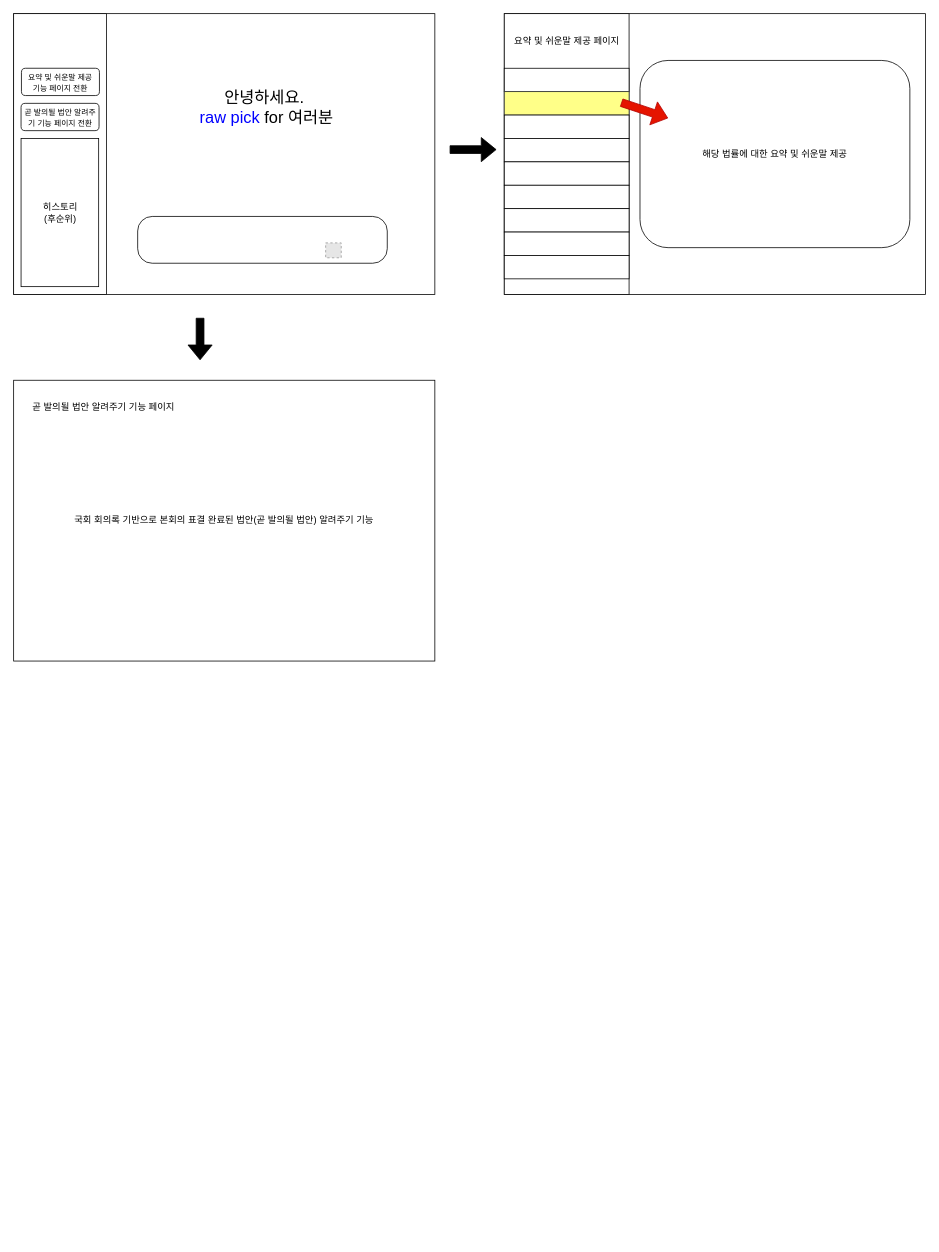
Above: 제목 없는 다이어그램.drawio in PearlLeeCode/draw-io (draw.io), before the change. Source tidied: cells renumbered, new cells numbered last; positions are measured from the earlier drawing's top-left corner, leaving out a move shared by most shapes. Both pictures are drawn from the tidied source at 78%, with x=0, y=0 at pixel (13, 13). Pictures stored in the file or linked from it are replaced by grey dashed boxes.
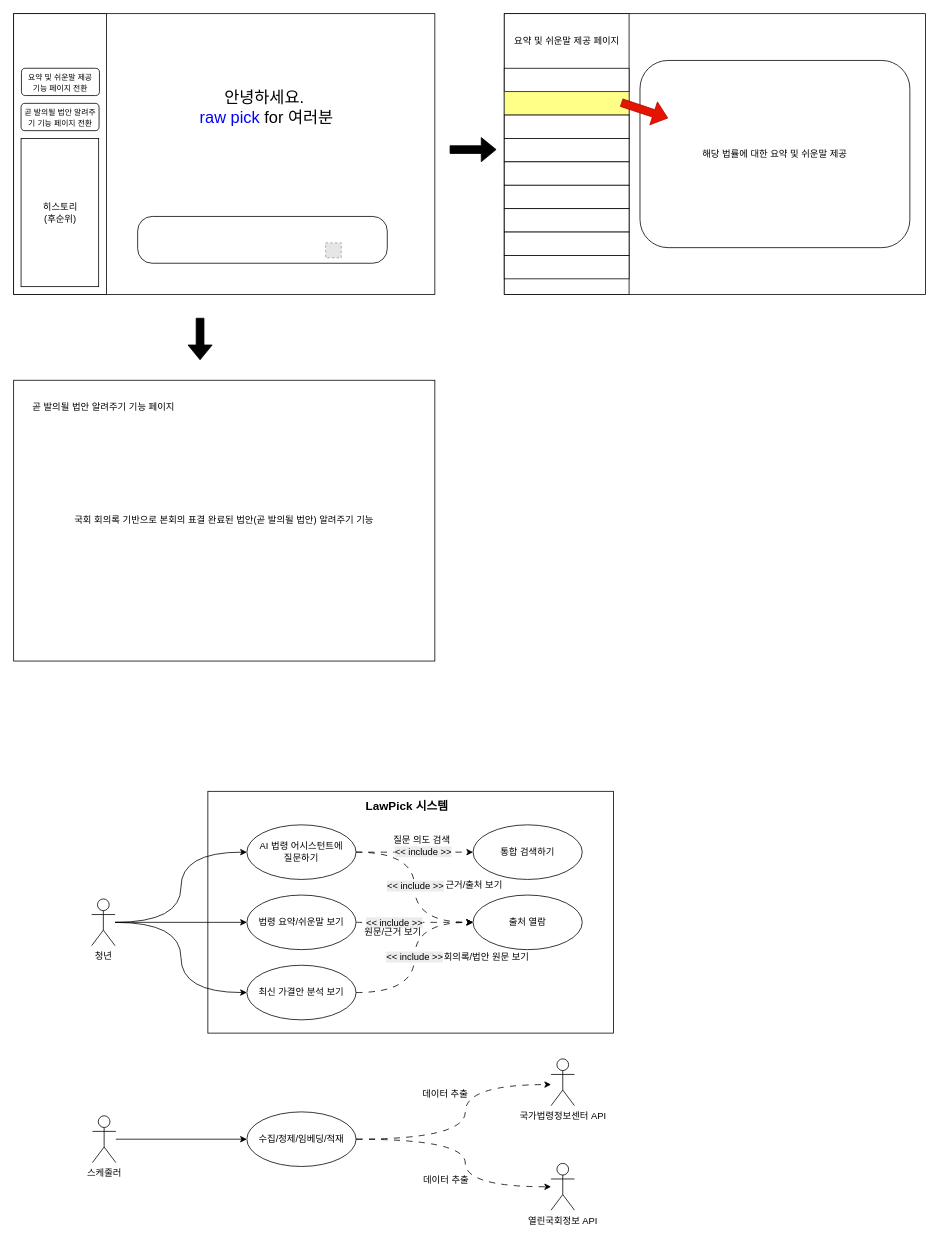
After the change.

Commit message:
제목 없는 다이어그램.drawio 업데이트

Diff of the diagram source:
```diff
@@
+    <mxCell id="28" style="group;" parent="1" vertex="1">
+      <mxGeometry x="39" y="980" width="770" height="590" as="geometry" />
+    </mxCell>
+    <mxCell id="29" style="html=1;whiteSpace=wrap;strokeColor=none;" parent="28" vertex="1">
+      <mxGeometry width="770" height="590" as="geometry" />
+    </mxCell>
+    <mxCell id="30" style="html=1;whiteSpace=wrap;" parent="28" vertex="1">
+      <mxGeometry x="210" y="17" width="520" height="310" as="geometry" />
+    </mxCell>
+    <mxCell id="31" style="edgeStyle=orthogonalEdgeStyle;rounded=0;jettySize=auto;html=1;entryX=0;entryY=0.5;entryDx=0;entryDy=0;curved=1;" parent="28" edge="1" source="34" target="42">
+      <mxGeometry relative="1" as="geometry" />
+    </mxCell>
+    <mxCell id="32" style="edgeStyle=orthogonalEdgeStyle;rounded=0;jettySize=auto;html=1;" parent="28" edge="1" source="34" target="37">
+      <mxGeometry relative="1" as="geometry" />
+    </mxCell>
+    <mxCell id="33" style="edgeStyle=orthogonalEdgeStyle;rounded=0;jettySize=auto;html=1;entryX=0;entryY=0.5;entryDx=0;entryDy=0;curved=1;" parent="28" edge="1" source="34" target="45">
+      <mxGeometry relative="1" as="geometry" />
+    </mxCell>
+    <mxCell id="34" value="청년" style="shape=umlActor;verticalLabelPosition=bottom;verticalAlign=top;html=1;" parent="28" vertex="1">
+      <mxGeometry x="61" y="155" width="30" height="60" as="geometry" />
+    </mxCell>
+    <mxCell id="35" style="edgeStyle=orthogonalEdgeStyle;rounded=0;jettySize=auto;html=1;entryX=0;entryY=0.5;entryDx=0;entryDy=0;curved=1;dashed=1;dashPattern=8 8;" parent="28" edge="1" source="37" target="47">
+      <mxGeometry relative="1" as="geometry" />
+    </mxCell>
+    <mxCell id="36" value="&lt;span style=&quot;font-size: 12px; background-color: rgb(236, 236, 236);&quot;&gt;&amp;lt;&amp;lt; include&lt;/span&gt;&lt;font style=&quot;font-size: 12px; background-color: rgb(236, 236, 236);&quot;&gt;&amp;nbsp;&amp;gt;&amp;gt;&lt;/font&gt;" style="edgeLabel;html=1;align=center;verticalAlign=middle;" parent="35" vertex="1">
+      <mxGeometry x="-0.36" relative="1" as="geometry" />
+    </mxCell>
+    <mxCell id="37" value="법령 요약/쉬운말 보기" style="ellipse;whiteSpace=wrap;html=1;" parent="28" vertex="1">
+      <mxGeometry x="260" y="150" width="140" height="70" as="geometry" />
+    </mxCell>
+    <mxCell id="38" style="edgeStyle=orthogonalEdgeStyle;rounded=0;jettySize=auto;html=1;entryX=0;entryY=0.5;entryDx=0;entryDy=0;curved=1;dashed=1;dashPattern=8 8;" parent="28" edge="1" source="42" target="47">
+      <mxGeometry relative="1" as="geometry" />
+    </mxCell>
+    <mxCell id="39" value="&lt;span style=&quot;font-size: 12px; background-color: rgb(236, 236, 236);&quot;&gt;&amp;lt;&amp;lt; include&lt;/span&gt;&lt;font style=&quot;font-size: 12px; background-color: rgb(236, 236, 236);&quot;&gt;&amp;nbsp;&amp;gt;&amp;gt;&lt;/font&gt;" style="edgeLabel;html=1;align=center;verticalAlign=middle;" parent="38" vertex="1">
+      <mxGeometry x="-0.02" relative="1" as="geometry" />
+    </mxCell>
+    <mxCell id="40" style="edgeStyle=orthogonalEdgeStyle;rounded=0;jettySize=auto;html=1;entryX=0;entryY=0.5;entryDx=0;entryDy=0;curved=1;dashed=1;dashPattern=8 8;" parent="28" edge="1" source="42" target="46">
+      <mxGeometry relative="1" as="geometry" />
+    </mxCell>
+    <mxCell id="41" value="&lt;span style=&quot;font-size: 12px; background-color: rgb(236, 236, 236);&quot;&gt;&amp;lt;&amp;lt; include&lt;/span&gt;&lt;font style=&quot;font-size: 12px; background-color: rgb(236, 236, 236);&quot;&gt;&amp;nbsp;&amp;gt;&amp;gt;&lt;/font&gt;" style="edgeLabel;html=1;align=center;verticalAlign=middle;" parent="40" vertex="1">
+      <mxGeometry x="0.13" y="1" relative="1" as="geometry" />
+    </mxCell>
+    <mxCell id="42" value="AI 법령 어시스턴트에&lt;br&gt;질문하기" style="ellipse;whiteSpace=wrap;html=1;" parent="28" vertex="1">
+      <mxGeometry x="260" y="60" width="140" height="70" as="geometry" />
+    </mxCell>
+    <mxCell id="43" style="edgeStyle=orthogonalEdgeStyle;rounded=0;jettySize=auto;html=1;entryX=0;entryY=0.5;entryDx=0;entryDy=0;curved=1;dashed=1;dashPattern=8 8;" parent="28" edge="1" source="45" target="47">
+      <mxGeometry relative="1" as="geometry" />
+    </mxCell>
+    <mxCell id="44" value="&lt;span style=&quot;font-size: 12px; background-color: rgb(236, 236, 236);&quot;&gt;&amp;lt;&amp;lt; include&lt;/span&gt;&lt;font style=&quot;font-size: 12px; background-color: rgb(236, 236, 236);&quot;&gt;&amp;nbsp;&amp;gt;&amp;gt;&lt;/font&gt;" style="edgeLabel;html=1;align=center;verticalAlign=middle;" parent="43" vertex="1">
+      <mxGeometry x="0.01" y="1" relative="1" as="geometry" />
+    </mxCell>
+    <mxCell id="45" value="최신 가결안 분석 보기" style="ellipse;whiteSpace=wrap;html=1;" parent="28" vertex="1">
+      <mxGeometry x="260" y="240" width="140" height="70" as="geometry" />
+    </mxCell>
+    <mxCell id="46" value="통합 검색하기" style="ellipse;whiteSpace=wrap;html=1;" parent="28" vertex="1">
+      <mxGeometry x="550" y="60" width="140" height="70" as="geometry" />
+    </mxCell>
+    <mxCell id="47" value="출처 열람" style="ellipse;whiteSpace=wrap;html=1;" parent="28" vertex="1">
+      <mxGeometry x="550" y="150" width="140" height="70" as="geometry" />
+    </mxCell>
+    <mxCell id="48" value="&lt;b&gt;&lt;font style=&quot;font-size: 15px;&quot;&gt;LawPick 시스템&lt;/font&gt;&lt;/b&gt;" style="text;html=1;align=center;verticalAlign=middle;strokeColor=none;fillColor=none;" parent="28" vertex="1">
+      <mxGeometry x="400" y="20" width="130" height="30" as="geometry" />
+    </mxCell>
+    <mxCell id="49" value="질문 의도 검색" style="text;html=1;align=center;verticalAlign=middle;strokeColor=none;fillColor=none;" parent="28" vertex="1">
+      <mxGeometry x="434" y="65" width="100" height="30" as="geometry" />
+    </mxCell>
+    <mxCell id="50" value="근거/출처 보기" style="text;html=1;align=center;verticalAlign=middle;strokeColor=none;fillColor=none;" parent="28" vertex="1">
+      <mxGeometry x="501" y="123" width="100" height="30" as="geometry" />
+    </mxCell>
+    <mxCell id="51" value="원문/근거 보기" style="text;html=1;align=center;verticalAlign=middle;strokeColor=none;fillColor=none;" parent="28" vertex="1">
+      <mxGeometry x="397" y="183" width="100" height="30" as="geometry" />
+    </mxCell>
+    <mxCell id="52" value="회의록/법안 원문 보기" style="text;html=1;align=center;verticalAlign=middle;strokeColor=none;fillColor=none;" parent="28" vertex="1">
+      <mxGeometry x="502" y="215" width="130" height="30" as="geometry" />
+    </mxCell>
+    <mxCell id="53" style="edgeStyle=orthogonalEdgeStyle;rounded=0;jettySize=auto;html=1;entryX=0;entryY=0.5;entryDx=0;entryDy=0;" parent="28" edge="1" source="54" target="56">
+      <mxGeometry relative="1" as="geometry" />
+    </mxCell>
+    <mxCell id="54" value="스케줄러" style="shape=umlActor;verticalLabelPosition=bottom;verticalAlign=top;html=1;" parent="28" vertex="1">
+      <mxGeometry x="62" y="433" width="30" height="60" as="geometry" />
+    </mxCell>
+    <mxCell id="55" style="edgeStyle=orthogonalEdgeStyle;rounded=0;jettySize=auto;html=1;curved=1;dashed=1;dashPattern=8 8;" parent="28" edge="1" source="56" target="58">
+      <mxGeometry relative="1" as="geometry">
+        <Array as="points">
+          <mxPoint x="540" y="463" />
+          <mxPoint x="540" y="524" />
+        </Array>
+      </mxGeometry>
+    </mxCell>
+    <mxCell id="56" value="수집/정제/임베딩/적재" style="ellipse;whiteSpace=wrap;html=1;" parent="28" vertex="1">
+      <mxGeometry x="260" y="428" width="140" height="70" as="geometry" />
+    </mxCell>
+    <mxCell id="57" value="국가법령정보센터 API" style="shape=umlActor;verticalLabelPosition=bottom;verticalAlign=top;html=1;" parent="28" vertex="1">
+      <mxGeometry x="650" y="360" width="30" height="60" as="geometry" />
+    </mxCell>
+    <mxCell id="58" value="열린국회정보 API" style="shape=umlActor;verticalLabelPosition=bottom;verticalAlign=top;html=1;" parent="28" vertex="1">
+      <mxGeometry x="650" y="494" width="30" height="60" as="geometry" />
+    </mxCell>
+    <mxCell id="59" style="edgeStyle=orthogonalEdgeStyle;rounded=0;jettySize=auto;html=1;curved=1;dashed=1;dashPattern=8 8;" parent="28" edge="1" source="56" target="57">
+      <mxGeometry relative="1" as="geometry">
+        <Array as="points">
+          <mxPoint x="540" y="463" />
+          <mxPoint x="540" y="393" />
+        </Array>
+      </mxGeometry>
+    </mxCell>
+    <mxCell id="60" value="데이터 추출" style="text;html=1;align=center;verticalAlign=middle;strokeColor=none;fillColor=none;" parent="28" vertex="1">
+      <mxGeometry x="474" y="390" width="80" height="30" as="geometry" />
+    </mxCell>
+    <mxCell id="61" value="데이터 추출" style="text;html=1;align=center;verticalAlign=middle;strokeColor=none;fillColor=none;" parent="28" vertex="1">
+      <mxGeometry x="475" y="501" width="80" height="30" as="geometry" />
+    </mxCell>
```
